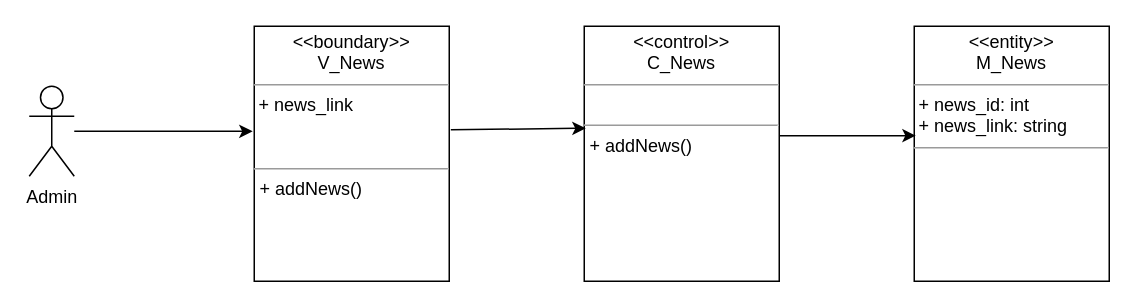
hoangminh15/PTTKHT keeps this draw.io diagram as Lop_tham_gia_Usecase/ThemTinTucClass.drawio. Above is the earlier version. Source tidied: cells renumbered, new cells numbered last; positions are measured from the earlier drawing's top-left corner, leaving out a move shared by most shapes. Both pictures are drawn from the tidied source at 150%, with x=0, y=0 at pixel (28, 26).
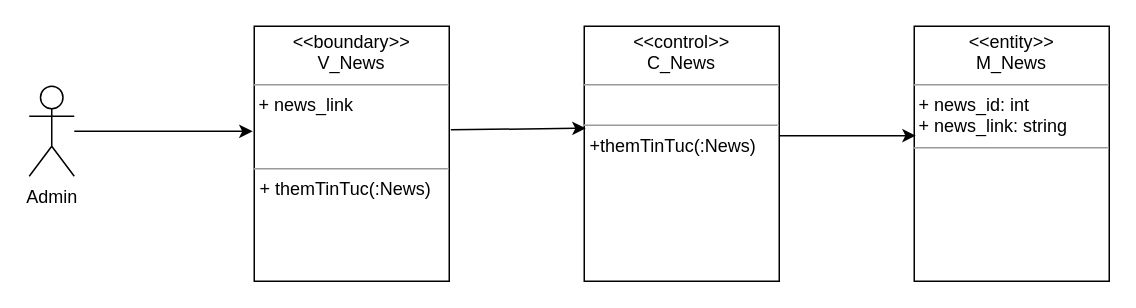
The same page after the edit.

What changed in the source:
```diff
@@
 <mxGraphModel>
   <root>
     <mxCell id="0" />
     <mxCell id="1" parent="0" />
     <mxCell id="2" value="Admin" style="shape=umlActor;verticalLabelPosition=bottom;verticalAlign=top;html=1;" parent="1" vertex="1">
       <mxGeometry y="40" width="30" height="60" as="geometry" />
     </mxCell>
-    <mxCell id="3" value="&lt;p style=&quot;margin: 0px ; margin-top: 4px ; text-align: center&quot;&gt;&lt;i&gt;&amp;lt;&lt;/i&gt;&amp;lt;boundary&lt;i&gt;&amp;gt;&amp;gt;&lt;/i&gt;&lt;br&gt;V_News&lt;/p&gt;&lt;hr size=&quot;1&quot;&gt;&lt;div&gt;&amp;nbsp;+ news_link&lt;/div&gt;&lt;div&gt;&lt;br&gt;&lt;/div&gt;&lt;br&gt;&lt;hr size=&quot;1&quot;&gt;&lt;p style=&quot;margin: 0px ; margin-left: 4px&quot;&gt;+ addNews()&lt;br&gt;&lt;/p&gt;" style="verticalAlign=top;align=left;overflow=fill;fontSize=12;fontFamily=Helvetica;html=1;" parent="1" vertex="1">
+    <mxCell id="3" value="&lt;p style=&quot;margin: 0px ; margin-top: 4px ; text-align: center&quot;&gt;&lt;i&gt;&amp;lt;&lt;/i&gt;&amp;lt;boundary&lt;i&gt;&amp;gt;&amp;gt;&lt;/i&gt;&lt;br&gt;V_News&lt;/p&gt;&lt;hr size=&quot;1&quot;&gt;&lt;div&gt;&amp;nbsp;+ news_link&lt;/div&gt;&lt;div&gt;&lt;br&gt;&lt;/div&gt;&lt;br&gt;&lt;hr size=&quot;1&quot;&gt;&lt;p style=&quot;margin: 0px ; margin-left: 4px&quot;&gt;+ themTinTuc(:News)&lt;br&gt;&lt;/p&gt;" style="verticalAlign=top;align=left;overflow=fill;fontSize=12;fontFamily=Helvetica;html=1;" parent="1" vertex="1">
       <mxGeometry x="150" width="130" height="170" as="geometry" />
     </mxCell>
-    <mxCell id="4" value="&lt;p style=&quot;margin: 0px ; margin-top: 4px ; text-align: center&quot;&gt;&lt;i&gt;&amp;lt;&lt;/i&gt;&amp;lt;control&lt;i&gt;&amp;gt;&amp;gt;&lt;/i&gt;&lt;br&gt;C_News&lt;/p&gt;&lt;hr size=&quot;1&quot;&gt;&lt;br&gt;&lt;hr size=&quot;1&quot;&gt;&lt;p style=&quot;margin: 0px ; margin-left: 4px&quot;&gt;+ addNews()&lt;br&gt;&lt;br&gt;&lt;/p&gt;" style="verticalAlign=top;align=left;overflow=fill;fontSize=12;fontFamily=Helvetica;html=1;" parent="1" vertex="1">
+    <mxCell id="4" value="&lt;p style=&quot;margin: 0px ; margin-top: 4px ; text-align: center&quot;&gt;&lt;i&gt;&amp;lt;&lt;/i&gt;&amp;lt;control&lt;i&gt;&amp;gt;&amp;gt;&lt;/i&gt;&lt;br&gt;C_News&lt;/p&gt;&lt;hr size=&quot;1&quot;&gt;&lt;br&gt;&lt;hr size=&quot;1&quot;&gt;&lt;p style=&quot;margin: 0px ; margin-left: 4px&quot;&gt;+themTinTuc(:News)&lt;br&gt;&lt;br&gt;&lt;/p&gt;" style="verticalAlign=top;align=left;overflow=fill;fontSize=12;fontFamily=Helvetica;html=1;" parent="1" vertex="1">
       <mxGeometry x="370" width="130" height="170" as="geometry" />
     </mxCell>
     <mxCell id="5" style="endArrow=classic;html=1;exitX=1.008;exitY=0.406;exitDx=0;exitDy=0;exitPerimeter=0;" parent="1" edge="1" source="3">
       <mxGeometry relative="1" as="geometry">
         <mxPoint x="371" y="68" as="targetPoint" />
       </mxGeometry>
     </mxCell>
     <mxCell id="6" style="endArrow=classic;html=1;entryX=-0.008;entryY=0.412;entryDx=0;entryDy=0;entryPerimeter=0;" parent="1" edge="1" source="2" target="3">
       <mxGeometry relative="1" as="geometry" />
     </mxCell>
     <mxCell id="7" value="&lt;p style=&quot;margin: 0px ; margin-top: 4px ; text-align: center&quot;&gt;&lt;i&gt;&amp;lt;&lt;/i&gt;&amp;lt;entity&lt;i&gt;&amp;gt;&amp;gt;&lt;/i&gt;&lt;br&gt;M_News&lt;/p&gt;&lt;hr size=&quot;1&quot;&gt;&lt;div&gt;&amp;nbsp;+ news_id: int&lt;/div&gt;&lt;div&gt;&amp;nbsp;+ news_link: string&lt;br&gt;&lt;/div&gt;&lt;hr size=&quot;1&quot;&gt;&lt;p style=&quot;margin: 0px ; margin-left: 4px&quot;&gt;&lt;br&gt;&lt;br&gt;&lt;/p&gt;" style="verticalAlign=top;align=left;overflow=fill;fontSize=12;fontFamily=Helvetica;html=1;" parent="1" vertex="1">
       <mxGeometry x="590" width="130" height="170" as="geometry" />
     </mxCell>
     <mxCell id="8" style="endArrow=classic;html=1;entryX=0.008;entryY=0.429;entryDx=0;entryDy=0;entryPerimeter=0;" parent="1" edge="1" target="7">
       <mxGeometry relative="1" as="geometry">
         <mxPoint x="500" y="73" as="sourcePoint" />
       </mxGeometry>
     </mxCell>
   </root>
 </mxGraphModel>
```
